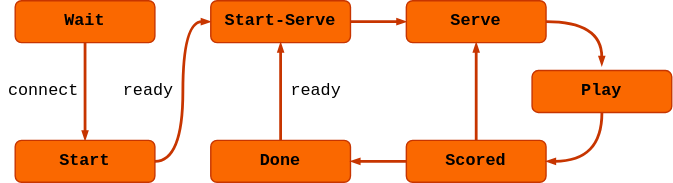
Before: src/public/assets/images/game-state-diagram.svg, a diagram exported from draw.io (maar-ten/pong-online). Source tidied: cells renumbered, new cells last; positions are measured from the earlier drawing's top-left corner, leaving out a move shared by most shapes.
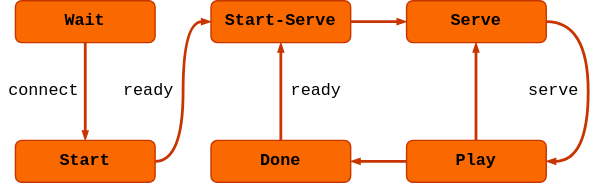
After the change.

Change to the diagram source:
```diff
@@ -20,8 +20,13 @@
     <mxCell id="7" value="&lt;b&gt;Start-Serve&lt;/b&gt;" style="rounded=1;whiteSpace=wrap;html=1;fontFamily=Courier New;labelBackgroundColor=none;fillColor=#fa6800;strokeColor=#C73500;fontColor=#000000;" parent="1" vertex="1">
       <mxGeometry x="150" width="100" height="30" as="geometry" />
     </mxCell>
-    <mxCell id="8" style="rounded=0;jettySize=auto;html=1;entryX=0.499;entryY=-0.114;entryDx=0;entryDy=0;fontFamily=Courier New;labelBackgroundColor=none;fillColor=#fa6800;strokeColor=#C73500;fontColor=#000000;edgeStyle=orthogonalEdgeStyle;elbow=vertical;curved=1;endArrow=blockThin;endFill=1;strokeWidth=2;endSize=2;entryPerimeter=0;exitX=1;exitY=0.5;exitDx=0;exitDy=0;" parent="1" edge="1" source="9" target="16">
-      <mxGeometry relative="1" as="geometry" />
+    <mxCell id="8" style="rounded=0;jettySize=auto;html=1;entryX=1;entryY=0.5;entryDx=0;entryDy=0;fontFamily=Courier New;labelBackgroundColor=none;fillColor=#fa6800;strokeColor=#C73500;fontColor=#000000;edgeStyle=orthogonalEdgeStyle;elbow=vertical;curved=1;endArrow=blockThin;endFill=1;strokeWidth=2;endSize=2;exitX=1;exitY=0.5;exitDx=0;exitDy=0;" parent="1" edge="1" source="9" target="16">
+      <mxGeometry relative="1" as="geometry">
+        <Array as="points">
+          <mxPoint x="420" y="15" />
+          <mxPoint x="420" y="115" />
+        </Array>
+      </mxGeometry>
     </mxCell>
     <mxCell id="9" value="&lt;b&gt;Serve&lt;/b&gt;" style="rounded=1;whiteSpace=wrap;html=1;fontFamily=Courier New;labelBackgroundColor=none;fillColor=#fa6800;strokeColor=#C73500;fontColor=#000000;" parent="1" vertex="1">
       <mxGeometry x="290" width="100" height="30" as="geometry" />
@@ -32,20 +37,11 @@
     <mxCell id="11" value="&lt;b&gt;Done&lt;/b&gt;" style="rounded=1;whiteSpace=wrap;html=1;fontFamily=Courier New;labelBackgroundColor=none;fillColor=#fa6800;strokeColor=#C73500;fontColor=#000000;" parent="1" vertex="1">
       <mxGeometry x="150" y="100" width="100" height="30" as="geometry" />
     </mxCell>
-    <mxCell id="12" style="rounded=0;jettySize=auto;html=1;entryX=1;entryY=0.5;entryDx=0;entryDy=0;fontFamily=Courier New;labelBackgroundColor=none;fillColor=#fa6800;strokeColor=#C73500;fontColor=#000000;edgeStyle=orthogonalEdgeStyle;elbow=vertical;curved=1;endArrow=blockThin;endFill=1;strokeWidth=2;endSize=2;" parent="1" edge="1" source="14" target="11">
+    <mxCell id="12" style="rounded=0;jettySize=auto;html=1;entryX=1;entryY=0.5;entryDx=0;entryDy=0;fontFamily=Courier New;labelBackgroundColor=none;fillColor=#fa6800;strokeColor=#C73500;fontColor=#000000;edgeStyle=orthogonalEdgeStyle;elbow=vertical;curved=1;endArrow=blockThin;endFill=1;strokeWidth=2;endSize=2;exitX=0;exitY=0.5;exitDx=0;exitDy=0;" parent="1" edge="1" source="16" target="11">
       <mxGeometry relative="1" as="geometry" />
     </mxCell>
-    <mxCell id="13" style="rounded=0;jettySize=auto;html=1;entryX=0.5;entryY=1;entryDx=0;entryDy=0;fontFamily=Courier New;labelBackgroundColor=none;fillColor=#fa6800;strokeColor=#C73500;fontColor=#000000;edgeStyle=orthogonalEdgeStyle;elbow=vertical;curved=1;endArrow=blockThin;endFill=1;strokeWidth=2;endSize=2;" parent="1" edge="1" source="14" target="9">
-      <mxGeometry relative="1" as="geometry" />
-    </mxCell>
-    <mxCell id="14" value="&lt;b&gt;Scored&lt;/b&gt;" style="rounded=1;whiteSpace=wrap;html=1;fontFamily=Courier New;labelBackgroundColor=none;fillColor=#fa6800;strokeColor=#C73500;fontColor=#000000;" parent="1" vertex="1">
-      <mxGeometry x="290" y="100" width="100" height="30" as="geometry" />
-    </mxCell>
-    <mxCell id="15" style="rounded=0;jettySize=auto;html=1;entryX=1;entryY=0.5;entryDx=0;entryDy=0;fontFamily=Courier New;labelBackgroundColor=none;fillColor=#fa6800;strokeColor=#C73500;fontColor=#000000;edgeStyle=orthogonalEdgeStyle;elbow=vertical;curved=1;exitX=0.5;exitY=1;exitDx=0;exitDy=0;endArrow=blockThin;endFill=1;strokeWidth=2;endSize=2;" parent="1" edge="1" source="16" target="14">
-      <mxGeometry relative="1" as="geometry" />
-    </mxCell>
     <mxCell id="16" value="&lt;b&gt;Play&lt;/b&gt;" style="rounded=1;whiteSpace=wrap;html=1;fontFamily=Courier New;labelBackgroundColor=none;fillColor=#fa6800;strokeColor=#C73500;fontColor=#000000;" parent="1" vertex="1">
-      <mxGeometry x="380" y="50" width="100" height="30" as="geometry" />
+      <mxGeometry x="290" y="100" width="100" height="30" as="geometry" />
     </mxCell>
     <mxCell id="17" value="&lt;div&gt;ready&lt;/div&gt;" style="text;html=1;align=center;verticalAlign=middle;fontFamily=Courier New;fontColor=#000000;" parent="1" vertex="1">
       <mxGeometry x="80" y="55" width="50" height="20" as="geometry" />
@@ -56,5 +52,14 @@
     <mxCell id="19" value="connect" style="text;html=1;align=center;verticalAlign=middle;fontFamily=Courier New;fontColor=#000000;" parent="1" vertex="1">
       <mxGeometry y="55" width="60" height="20" as="geometry" />
     </mxCell>
+    <mxCell id="20" style="rounded=0;orthogonalLoop=1;jettySize=auto;html=1;entryX=0.5;entryY=1;entryDx=0;entryDy=0;fontFamily=Courier New;labelBackgroundColor=none;fillColor=#fa6800;strokeColor=#C73500;fontColor=#000000;edgeStyle=orthogonalEdgeStyle;elbow=vertical;curved=1;exitX=0.5;exitY=0;exitDx=0;exitDy=0;endArrow=blockThin;endFill=1;strokeWidth=2;endSize=2;" parent="1" edge="1">
+      <mxGeometry relative="1" as="geometry">
+        <mxPoint x="339.7" y="100" as="sourcePoint" />
+        <mxPoint x="339.7" y="30" as="targetPoint" />
+      </mxGeometry>
+    </mxCell>
+    <mxCell id="21" value="serve" style="text;html=1;align=center;verticalAlign=middle;fontFamily=Courier New;fontColor=#000000;" parent="1" vertex="1">
+      <mxGeometry x="370" y="55" width="50" height="20" as="geometry" />
+    </mxCell>
   </root>
 </mxGraphModel>
```
